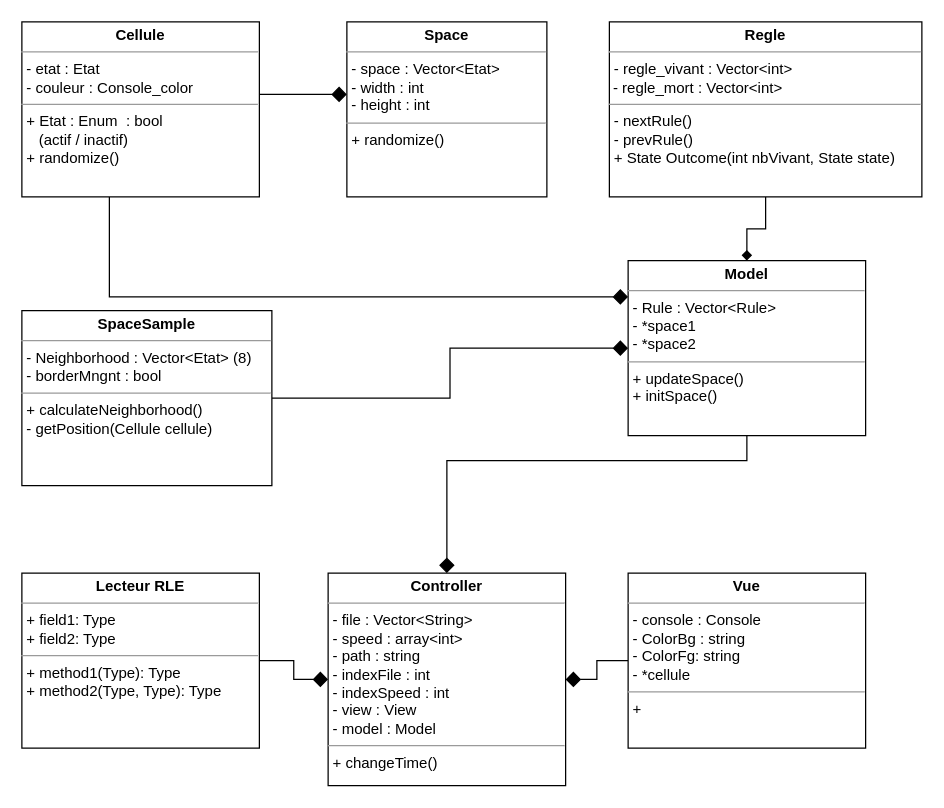
Earlier version of the draw.io diagram Untitled Diagram.drawio (pherrephatta/gameoflife). Source tidied: cells renumbered, new cells numbered last; positions are measured from the earlier drawing's top-left corner, leaving out a move shared by most shapes. Both pictures are drawn from the tidied source at 125%, with x=0, y=0 at pixel (21, 21).
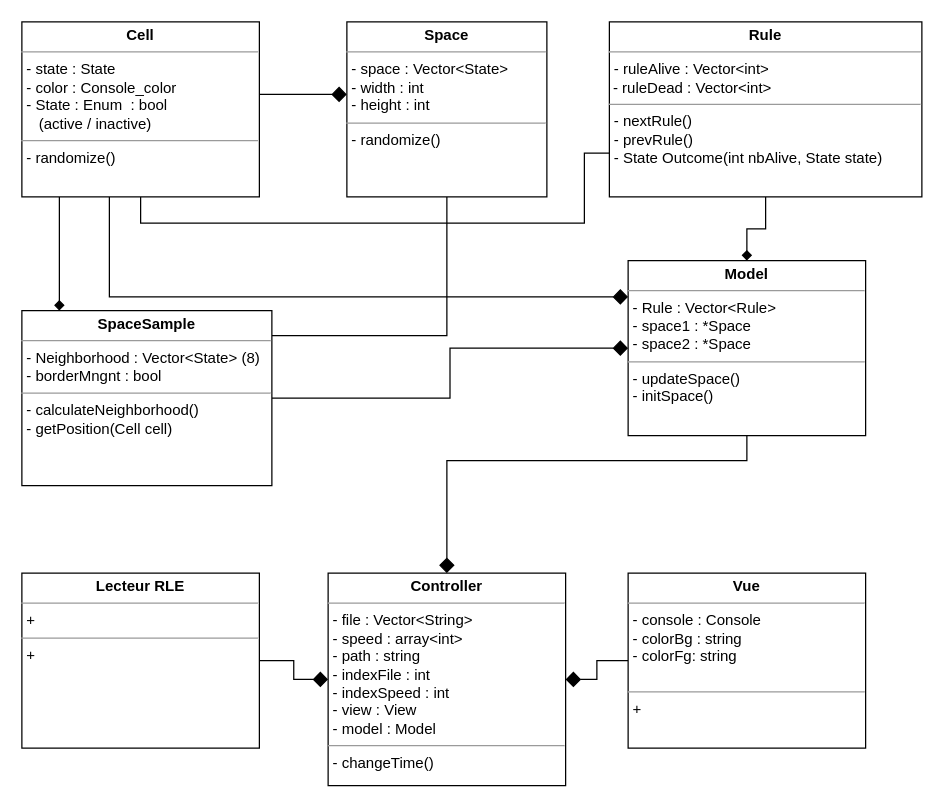
The same page after the edit.

The edit, as a diff of the source:
```diff
@@
-    <mxCell id="4" value="&lt;p style=&quot;margin: 0px ; margin-top: 4px ; text-align: center&quot;&gt;&lt;b&gt;Lecteur RLE&lt;/b&gt;&lt;/p&gt;&lt;hr size=&quot;1&quot;&gt;&lt;p style=&quot;margin: 0px ; margin-left: 4px&quot;&gt;+ field1: Type&lt;br&gt;+ field2: Type&lt;/p&gt;&lt;hr size=&quot;1&quot;&gt;&lt;p style=&quot;margin: 0px ; margin-left: 4px&quot;&gt;+ method1(Type): Type&lt;br&gt;+ method2(Type, Type): Type&lt;/p&gt;" style="verticalAlign=top;align=left;overflow=fill;fontSize=12;fontFamily=Helvetica;html=1;rounded=0;shadow=0;comic=0;labelBackgroundColor=none;strokeWidth=1;" parent="1" vertex="1">
+    <mxCell id="4" value="&lt;p style=&quot;margin: 0px ; margin-top: 4px ; text-align: center&quot;&gt;&lt;b&gt;Lecteur RLE&lt;/b&gt;&lt;/p&gt;&lt;hr size=&quot;1&quot;&gt;&lt;p style=&quot;margin: 0px ; margin-left: 4px&quot;&gt;+&amp;nbsp;&lt;/p&gt;&lt;hr size=&quot;1&quot;&gt;&lt;p style=&quot;margin: 0px ; margin-left: 4px&quot;&gt;+&amp;nbsp;&lt;/p&gt;" style="verticalAlign=top;align=left;overflow=fill;fontSize=12;fontFamily=Helvetica;html=1;rounded=0;shadow=0;comic=0;labelBackgroundColor=none;strokeWidth=1;" parent="1" vertex="1">
       <mxGeometry y="441" width="190" height="140" as="geometry" />
     </mxCell>
@@
-    <mxCell id="6" value="&lt;p style=&quot;margin: 0px ; margin-top: 4px ; text-align: center&quot;&gt;&lt;b&gt;Model&lt;/b&gt;&lt;/p&gt;&lt;hr size=&quot;1&quot;&gt;&lt;p style=&quot;margin: 0px ; margin-left: 4px&quot;&gt;- Rule : Vector&amp;lt;Rule&amp;gt;&lt;/p&gt;&lt;p style=&quot;margin: 0px ; margin-left: 4px&quot;&gt;- *space1&lt;/p&gt;&lt;p style=&quot;margin: 0px ; margin-left: 4px&quot;&gt;- *space2&lt;/p&gt;&lt;hr size=&quot;1&quot;&gt;&lt;p style=&quot;margin: 0px ; margin-left: 4px&quot;&gt;+ updateSpace()&lt;/p&gt;&lt;p style=&quot;margin: 0px ; margin-left: 4px&quot;&gt;+ initSpace()&lt;/p&gt;" style="verticalAlign=top;align=left;overflow=fill;fontSize=12;fontFamily=Helvetica;html=1;rounded=0;shadow=0;comic=0;labelBackgroundColor=none;strokeWidth=1;" parent="1" vertex="1">
+    <mxCell id="6" value="&lt;p style=&quot;margin: 0px ; margin-top: 4px ; text-align: center&quot;&gt;&lt;b&gt;Model&lt;/b&gt;&lt;/p&gt;&lt;hr size=&quot;1&quot;&gt;&lt;p style=&quot;margin: 0px ; margin-left: 4px&quot;&gt;- Rule : Vector&amp;lt;Rule&amp;gt;&lt;/p&gt;&lt;p style=&quot;margin: 0px ; margin-left: 4px&quot;&gt;- space1 : *Space&lt;/p&gt;&lt;p style=&quot;margin: 0px ; margin-left: 4px&quot;&gt;- space2 : *Space&lt;/p&gt;&lt;hr size=&quot;1&quot;&gt;&lt;p style=&quot;margin: 0px ; margin-left: 4px&quot;&gt;- updateSpace()&lt;/p&gt;&lt;p style=&quot;margin: 0px ; margin-left: 4px&quot;&gt;- initSpace()&lt;/p&gt;" style="verticalAlign=top;align=left;overflow=fill;fontSize=12;fontFamily=Helvetica;html=1;rounded=0;shadow=0;comic=0;labelBackgroundColor=none;strokeWidth=1;" parent="1" vertex="1">
       <mxGeometry x="485" y="191" width="190" height="140" as="geometry" />
     </mxCell>
@@
+    <mxCell id="18" style="edgeStyle=orthogonalEdgeStyle;rounded=0;jettySize=auto;html=1;entryX=0;entryY=0.75;entryDx=0;entryDy=0;endArrow=none;endFill=0;" parent="1" edge="1" source="9" target="14">
+      <mxGeometry relative="1" as="geometry">
+        <Array as="points">
+          <mxPoint x="95" y="161" />
+          <mxPoint x="450" y="161" />
+          <mxPoint x="450" y="105" />
+        </Array>
+      </mxGeometry>
+    </mxCell>
+    <mxCell id="19" style="edgeStyle=orthogonalEdgeStyle;rounded=0;jettySize=auto;html=1;endArrow=diamond;endFill=1;entryX=0.15;entryY=0;entryDx=0;entryDy=0;entryPerimeter=0;strokeWidth=1;jumpSize=10;" parent="1" edge="1" source="9" target="11">
+      <mxGeometry relative="1" as="geometry">
+        <Array as="points">
+          <mxPoint x="30" y="171" />
+          <mxPoint x="30" y="171" />
+        </Array>
+      </mxGeometry>
+    </mxCell>
-    <mxCell id="9" value="&lt;p style=&quot;margin: 0px ; margin-top: 4px ; text-align: center&quot;&gt;&lt;b&gt;Cellule&lt;/b&gt;&lt;/p&gt;&lt;hr size=&quot;1&quot;&gt;&lt;p style=&quot;margin: 0px ; margin-left: 4px&quot;&gt;- etat : Etat&lt;br&gt;&lt;/p&gt;&lt;p style=&quot;margin: 0px ; margin-left: 4px&quot;&gt;- couleur : Console_color&lt;/p&gt;&lt;hr size=&quot;1&quot;&gt;&lt;p style=&quot;margin: 0px ; margin-left: 4px&quot;&gt;+ Etat : Enum&amp;nbsp; : bool&lt;br&gt;&amp;nbsp; &amp;nbsp;(actif / inactif)&lt;/p&gt;&lt;p style=&quot;margin: 0px ; margin-left: 4px&quot;&gt;+ randomize()&lt;/p&gt;" style="verticalAlign=top;align=left;overflow=fill;fontSize=12;fontFamily=Helvetica;html=1;rounded=0;shadow=0;comic=0;labelBackgroundColor=none;strokeWidth=1;" parent="1" vertex="1">
+    <mxCell id="9" value="&lt;p style=&quot;margin: 0px ; margin-top: 4px ; text-align: center&quot;&gt;&lt;b&gt;Cell&lt;/b&gt;&lt;/p&gt;&lt;hr size=&quot;1&quot;&gt;&lt;p style=&quot;margin: 0px ; margin-left: 4px&quot;&gt;- state : State&lt;br&gt;&lt;/p&gt;&lt;p style=&quot;margin: 0px ; margin-left: 4px&quot;&gt;- color : Console_color&lt;/p&gt;&lt;p style=&quot;margin: 0px ; margin-left: 4px&quot;&gt;- State : Enum&amp;nbsp; : bool&lt;br&gt;&amp;nbsp; &amp;nbsp;(active / inactive)&lt;br&gt;&lt;/p&gt;&lt;hr size=&quot;1&quot;&gt;&lt;p style=&quot;margin: 0px ; margin-left: 4px&quot;&gt;&lt;span&gt;- randomize()&lt;/span&gt;&lt;br&gt;&lt;/p&gt;" style="verticalAlign=top;align=left;overflow=fill;fontSize=12;fontFamily=Helvetica;html=1;rounded=0;shadow=0;comic=0;labelBackgroundColor=none;strokeWidth=1;" parent="1" vertex="1">
       <mxGeometry width="190" height="140" as="geometry" />
     </mxCell>
@@
+    <mxCell id="20" style="edgeStyle=orthogonalEdgeStyle;rounded=0;jettySize=auto;html=1;endArrow=none;endFill=0;entryX=0.5;entryY=1;entryDx=0;entryDy=0;" parent="1" edge="1" source="11" target="12">
+      <mxGeometry relative="1" as="geometry">
+        <Array as="points">
+          <mxPoint x="340" y="251" />
+        </Array>
+      </mxGeometry>
+    </mxCell>
-    <mxCell id="11" value="&lt;p style=&quot;margin: 0px ; margin-top: 4px ; text-align: center&quot;&gt;&lt;b&gt;SpaceSample&lt;/b&gt;&lt;/p&gt;&lt;hr size=&quot;1&quot;&gt;&lt;p style=&quot;margin: 0px ; margin-left: 4px&quot;&gt;- Neighborhood : Vector&amp;lt;Etat&amp;gt; (8)&lt;/p&gt;&lt;p style=&quot;margin: 0px ; margin-left: 4px&quot;&gt;- borderMngnt : bool&lt;/p&gt;&lt;hr size=&quot;1&quot;&gt;&lt;p style=&quot;margin: 0px ; margin-left: 4px&quot;&gt;+ calculateNeighborhood()&lt;/p&gt;&lt;p style=&quot;margin: 0px ; margin-left: 4px&quot;&gt;- getPosition(Cellule cellule)&lt;/p&gt;" style="verticalAlign=top;align=left;overflow=fill;fontSize=12;fontFamily=Helvetica;html=1;rounded=0;shadow=0;comic=0;labelBackgroundColor=none;strokeWidth=1;" parent="1" vertex="1">
+    <mxCell id="11" value="&lt;p style=&quot;margin: 0px ; margin-top: 4px ; text-align: center&quot;&gt;&lt;b&gt;SpaceSample&lt;/b&gt;&lt;/p&gt;&lt;hr size=&quot;1&quot;&gt;&lt;p style=&quot;margin: 0px ; margin-left: 4px&quot;&gt;- Neighborhood : Vector&amp;lt;State&amp;gt; (8)&lt;/p&gt;&lt;p style=&quot;margin: 0px ; margin-left: 4px&quot;&gt;- borderMngnt : bool&lt;/p&gt;&lt;hr size=&quot;1&quot;&gt;&lt;p style=&quot;margin: 0px ; margin-left: 4px&quot;&gt;- calculateNeighborhood()&lt;/p&gt;&lt;p style=&quot;margin: 0px ; margin-left: 4px&quot;&gt;- getPosition(Cell cell)&lt;/p&gt;" style="verticalAlign=top;align=left;overflow=fill;fontSize=12;fontFamily=Helvetica;html=1;rounded=0;shadow=0;comic=0;labelBackgroundColor=none;strokeWidth=1;" parent="1" vertex="1">
       <mxGeometry y="231" width="200" height="140" as="geometry" />
     </mxCell>
-    <mxCell id="12" value="&lt;p style=&quot;margin: 0px ; margin-top: 4px ; text-align: center&quot;&gt;&lt;b&gt;Space&lt;/b&gt;&lt;/p&gt;&lt;hr size=&quot;1&quot;&gt;&lt;p style=&quot;margin: 0px ; margin-left: 4px&quot;&gt;- space : Vector&amp;lt;Etat&amp;gt;&lt;br&gt;&lt;/p&gt;&lt;p style=&quot;margin: 0px ; margin-left: 4px&quot;&gt;- width : int&lt;/p&gt;&lt;p style=&quot;margin: 0px ; margin-left: 4px&quot;&gt;- height : int&lt;/p&gt;&lt;hr size=&quot;1&quot;&gt;&lt;p style=&quot;margin: 0px ; margin-left: 4px&quot;&gt;+ randomize()&lt;/p&gt;" style="verticalAlign=top;align=left;overflow=fill;fontSize=12;fontFamily=Helvetica;html=1;rounded=0;shadow=0;comic=0;labelBackgroundColor=none;strokeWidth=1;" parent="1" vertex="1">
+    <mxCell id="12" value="&lt;p style=&quot;margin: 0px ; margin-top: 4px ; text-align: center&quot;&gt;&lt;b&gt;Space&lt;/b&gt;&lt;/p&gt;&lt;hr size=&quot;1&quot;&gt;&lt;p style=&quot;margin: 0px ; margin-left: 4px&quot;&gt;- space : Vector&amp;lt;State&amp;gt;&lt;br&gt;&lt;/p&gt;&lt;p style=&quot;margin: 0px ; margin-left: 4px&quot;&gt;- width : int&lt;/p&gt;&lt;p style=&quot;margin: 0px ; margin-left: 4px&quot;&gt;- height : int&lt;/p&gt;&lt;hr size=&quot;1&quot;&gt;&lt;p style=&quot;margin: 0px ; margin-left: 4px&quot;&gt;- randomize()&lt;/p&gt;" style="verticalAlign=top;align=left;overflow=fill;fontSize=12;fontFamily=Helvetica;html=1;rounded=0;shadow=0;comic=0;labelBackgroundColor=none;strokeWidth=1;" parent="1" vertex="1">
       <mxGeometry x="260" width="160" height="140" as="geometry" />
     </mxCell>
@@
-    <mxCell id="14" value="&lt;p style=&quot;margin: 0px ; margin-top: 4px ; text-align: center&quot;&gt;&lt;b&gt;Regle&lt;/b&gt;&lt;/p&gt;&lt;hr size=&quot;1&quot;&gt;&lt;p style=&quot;margin: 0px ; margin-left: 4px&quot;&gt;- regle_vivant : Vector&amp;lt;int&amp;gt;&lt;br&gt;&lt;/p&gt;&amp;nbsp;- regle_mort : Vector&amp;lt;int&amp;gt;&lt;br&gt;&lt;hr size=&quot;1&quot;&gt;&lt;p style=&quot;margin: 0px ; margin-left: 4px&quot;&gt;- nextRule()&lt;/p&gt;&lt;p style=&quot;margin: 0px ; margin-left: 4px&quot;&gt;- prevRule()&lt;/p&gt;&lt;p style=&quot;margin: 0px ; margin-left: 4px&quot;&gt;+ State Outcome(int nbVivant, State state)&lt;/p&gt;" style="verticalAlign=top;align=left;overflow=fill;fontSize=12;fontFamily=Helvetica;html=1;rounded=0;shadow=0;comic=0;labelBackgroundColor=none;strokeWidth=1;" parent="1" vertex="1">
+    <mxCell id="14" value="&lt;p style=&quot;margin: 0px ; margin-top: 4px ; text-align: center&quot;&gt;&lt;b&gt;Rule&lt;/b&gt;&lt;/p&gt;&lt;hr size=&quot;1&quot;&gt;&lt;p style=&quot;margin: 0px ; margin-left: 4px&quot;&gt;- ruleAlive : Vector&amp;lt;int&amp;gt;&lt;br&gt;&lt;/p&gt;&amp;nbsp;- ruleDead : Vector&amp;lt;int&amp;gt;&lt;br&gt;&lt;hr size=&quot;1&quot;&gt;&lt;p style=&quot;margin: 0px ; margin-left: 4px&quot;&gt;- nextRule()&lt;/p&gt;&lt;p style=&quot;margin: 0px ; margin-left: 4px&quot;&gt;- prevRule()&lt;/p&gt;&lt;p style=&quot;margin: 0px ; margin-left: 4px&quot;&gt;- State Outcome(int nbAlive, State state)&lt;/p&gt;" style="verticalAlign=top;align=left;overflow=fill;fontSize=12;fontFamily=Helvetica;html=1;rounded=0;shadow=0;comic=0;labelBackgroundColor=none;strokeWidth=1;" parent="1" vertex="1">
       <mxGeometry x="470" width="250" height="140" as="geometry" />
     </mxCell>
-    <mxCell id="15" value="&lt;p style=&quot;margin: 0px ; margin-top: 4px ; text-align: center&quot;&gt;&lt;b&gt;Controller&lt;/b&gt;&lt;/p&gt;&lt;hr size=&quot;1&quot;&gt;&lt;p style=&quot;margin: 0px ; margin-left: 4px&quot;&gt;- file : Vector&amp;lt;String&amp;gt;&lt;/p&gt;&lt;p style=&quot;margin: 0px ; margin-left: 4px&quot;&gt;- speed : array&amp;lt;int&amp;gt;&lt;/p&gt;&lt;p style=&quot;margin: 0px ; margin-left: 4px&quot;&gt;- path : string&lt;/p&gt;&lt;p style=&quot;margin: 0px ; margin-left: 4px&quot;&gt;- indexFile : int&lt;/p&gt;&lt;p style=&quot;margin: 0px ; margin-left: 4px&quot;&gt;- indexSpeed : int&lt;/p&gt;&lt;p style=&quot;margin: 0px ; margin-left: 4px&quot;&gt;- view : View&lt;/p&gt;&lt;p style=&quot;margin: 0px ; margin-left: 4px&quot;&gt;- model : Model&lt;/p&gt;&lt;hr size=&quot;1&quot;&gt;&lt;p style=&quot;margin: 0px ; margin-left: 4px&quot;&gt;+ changeTime()&lt;/p&gt;" style="verticalAlign=top;align=left;overflow=fill;fontSize=12;fontFamily=Helvetica;html=1;rounded=0;shadow=0;comic=0;labelBackgroundColor=none;strokeWidth=1;" parent="1" vertex="1">
+    <mxCell id="15" value="&lt;p style=&quot;margin: 0px ; margin-top: 4px ; text-align: center&quot;&gt;&lt;b&gt;Controller&lt;/b&gt;&lt;/p&gt;&lt;hr size=&quot;1&quot;&gt;&lt;p style=&quot;margin: 0px ; margin-left: 4px&quot;&gt;- file : Vector&amp;lt;String&amp;gt;&lt;/p&gt;&lt;p style=&quot;margin: 0px ; margin-left: 4px&quot;&gt;- speed : array&amp;lt;int&amp;gt;&lt;/p&gt;&lt;p style=&quot;margin: 0px ; margin-left: 4px&quot;&gt;- path : string&lt;/p&gt;&lt;p style=&quot;margin: 0px ; margin-left: 4px&quot;&gt;- indexFile : int&lt;/p&gt;&lt;p style=&quot;margin: 0px ; margin-left: 4px&quot;&gt;- indexSpeed : int&lt;/p&gt;&lt;p style=&quot;margin: 0px ; margin-left: 4px&quot;&gt;- view : View&lt;/p&gt;&lt;p style=&quot;margin: 0px ; margin-left: 4px&quot;&gt;- model : Model&lt;/p&gt;&lt;hr size=&quot;1&quot;&gt;&lt;p style=&quot;margin: 0px ; margin-left: 4px&quot;&gt;- changeTime()&lt;/p&gt;" style="verticalAlign=top;align=left;overflow=fill;fontSize=12;fontFamily=Helvetica;html=1;rounded=0;shadow=0;comic=0;labelBackgroundColor=none;strokeWidth=1;" parent="1" vertex="1">
       <mxGeometry x="245" y="441" width="190" height="170" as="geometry" />
     </mxCell>
@@
-    <mxCell id="17" value="&lt;p style=&quot;margin: 0px ; margin-top: 4px ; text-align: center&quot;&gt;&lt;b&gt;Vue&lt;/b&gt;&lt;/p&gt;&lt;hr size=&quot;1&quot;&gt;&lt;p style=&quot;margin: 0px ; margin-left: 4px&quot;&gt;- console : Console&lt;/p&gt;&lt;p style=&quot;margin: 0px ; margin-left: 4px&quot;&gt;- ColorBg : string&lt;br&gt;- ColorFg: string&lt;/p&gt;&lt;p style=&quot;margin: 0px ; margin-left: 4px&quot;&gt;- *cellule&amp;nbsp;&lt;/p&gt;&lt;hr size=&quot;1&quot;&gt;&lt;p style=&quot;margin: 0px ; margin-left: 4px&quot;&gt;+&lt;/p&gt;" style="verticalAlign=top;align=left;overflow=fill;fontSize=12;fontFamily=Helvetica;html=1;rounded=0;shadow=0;comic=0;labelBackgroundColor=none;strokeWidth=1;" parent="1" vertex="1">
+    <mxCell id="17" value="&lt;p style=&quot;margin: 0px ; margin-top: 4px ; text-align: center&quot;&gt;&lt;b&gt;Vue&lt;/b&gt;&lt;/p&gt;&lt;hr size=&quot;1&quot;&gt;&lt;p style=&quot;margin: 0px ; margin-left: 4px&quot;&gt;- console : Console&lt;/p&gt;&lt;p style=&quot;margin: 0px ; margin-left: 4px&quot;&gt;- colorBg : string&lt;br&gt;- colorFg: string&lt;/p&gt;&lt;p style=&quot;margin: 0px ; margin-left: 4px&quot;&gt;&amp;nbsp;&lt;/p&gt;&lt;hr size=&quot;1&quot;&gt;&lt;p style=&quot;margin: 0px ; margin-left: 4px&quot;&gt;+&lt;/p&gt;" style="verticalAlign=top;align=left;overflow=fill;fontSize=12;fontFamily=Helvetica;html=1;rounded=0;shadow=0;comic=0;labelBackgroundColor=none;strokeWidth=1;" parent="1" vertex="1">
       <mxGeometry x="485" y="441" width="190" height="140" as="geometry" />
     </mxCell>
```
